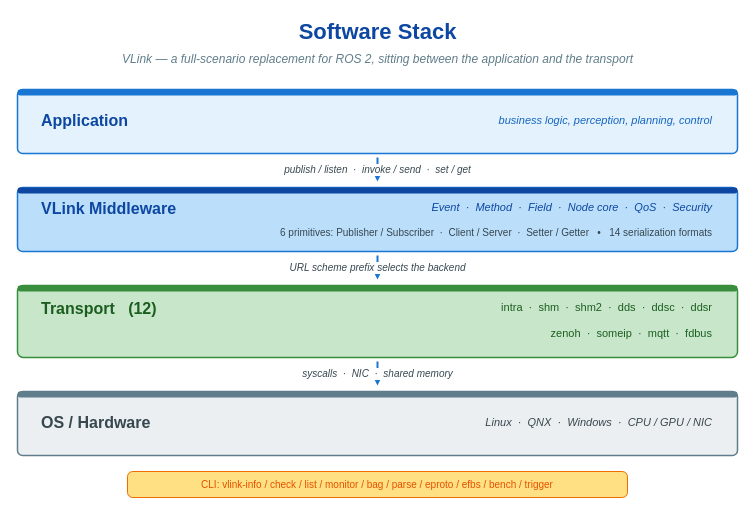
Above: doc/images/foreword-software-stack.drawio in thun-res/vlink (draw.io), before the change. Source tidied: cells renumbered, new cells numbered last; positions are measured from the earlier drawing's top-left corner, leaving out a move shared by most shapes. Both pictures are drawn from the tidied source at 100%, with x=0, y=0 at pixel (17, 17).
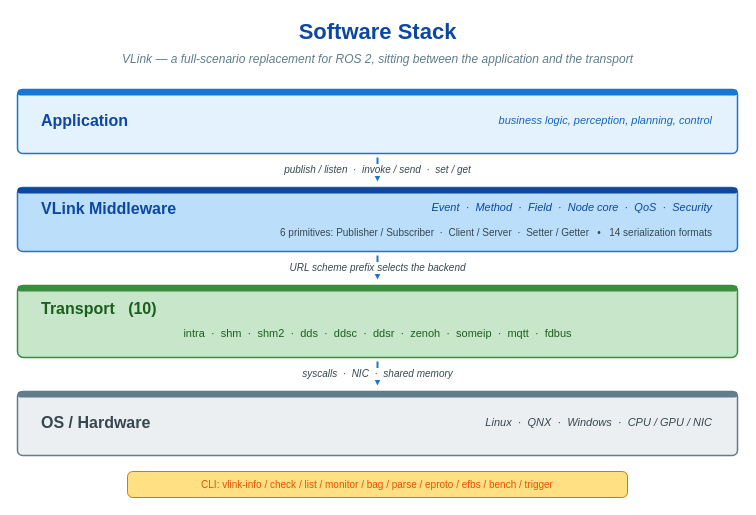
The same page after the edit.

Change to the diagram source:
```diff
@@
-    <mxCell id="17" value="Transport   (12)" style="text;html=1;align=left;verticalAlign=middle;strokeColor=none;fillColor=none;fontFamily=Helvetica;fontSize=16;fontStyle=1;fontColor=#1b5e20;shadow=0;" parent="1" vertex="1">
-      <mxGeometry x="22" y="280" width="220" height="22" as="geometry" />
+    <mxCell id="17" value="Transport   (10)" style="text;html=1;align=left;verticalAlign=middle;strokeColor=none;fillColor=none;fontFamily=Helvetica;fontSize=16;fontStyle=1;fontColor=#1b5e20;shadow=0;" parent="1" vertex="1">
+      <mxGeometry x="22" y="280" width="676" height="22" as="geometry" />
     </mxCell>
-    <mxCell id="18" value="intra  ·  shm  ·  shm2  ·  dds  ·  ddsc  ·  ddsr" style="text;html=1;align=right;verticalAlign=middle;strokeColor=none;fillColor=none;fontFamily=Helvetica;fontSize=11;fontStyle=0;fontColor=#1b5e20;shadow=0;" parent="1" vertex="1">
-      <mxGeometry x="250" y="280" width="446" height="20" as="geometry" />
+    <mxCell id="18" value="intra  ·  shm  ·  shm2  ·  dds  ·  ddsc  ·  ddsr  ·  zenoh  ·  someip  ·  mqtt  ·  fdbus" style="text;html=1;align=center;verticalAlign=middle;strokeColor=none;fillColor=none;fontFamily=Helvetica;fontSize=11;fontStyle=0;fontColor=#1b5e20;shadow=0;" parent="1" vertex="1">
+      <mxGeometry x="22" y="306" width="676" height="20" as="geometry" />
     </mxCell>
-    <mxCell id="19" value="zenoh  ·  someip  ·  mqtt  ·  fdbus" style="text;html=1;align=right;verticalAlign=middle;strokeColor=none;fillColor=none;fontFamily=Helvetica;fontSize=11;fontStyle=0;fontColor=#1b5e20;shadow=0;" parent="1" vertex="1">
-      <mxGeometry x="250" y="306" width="446" height="20" as="geometry" />
-    </mxCell>
```
